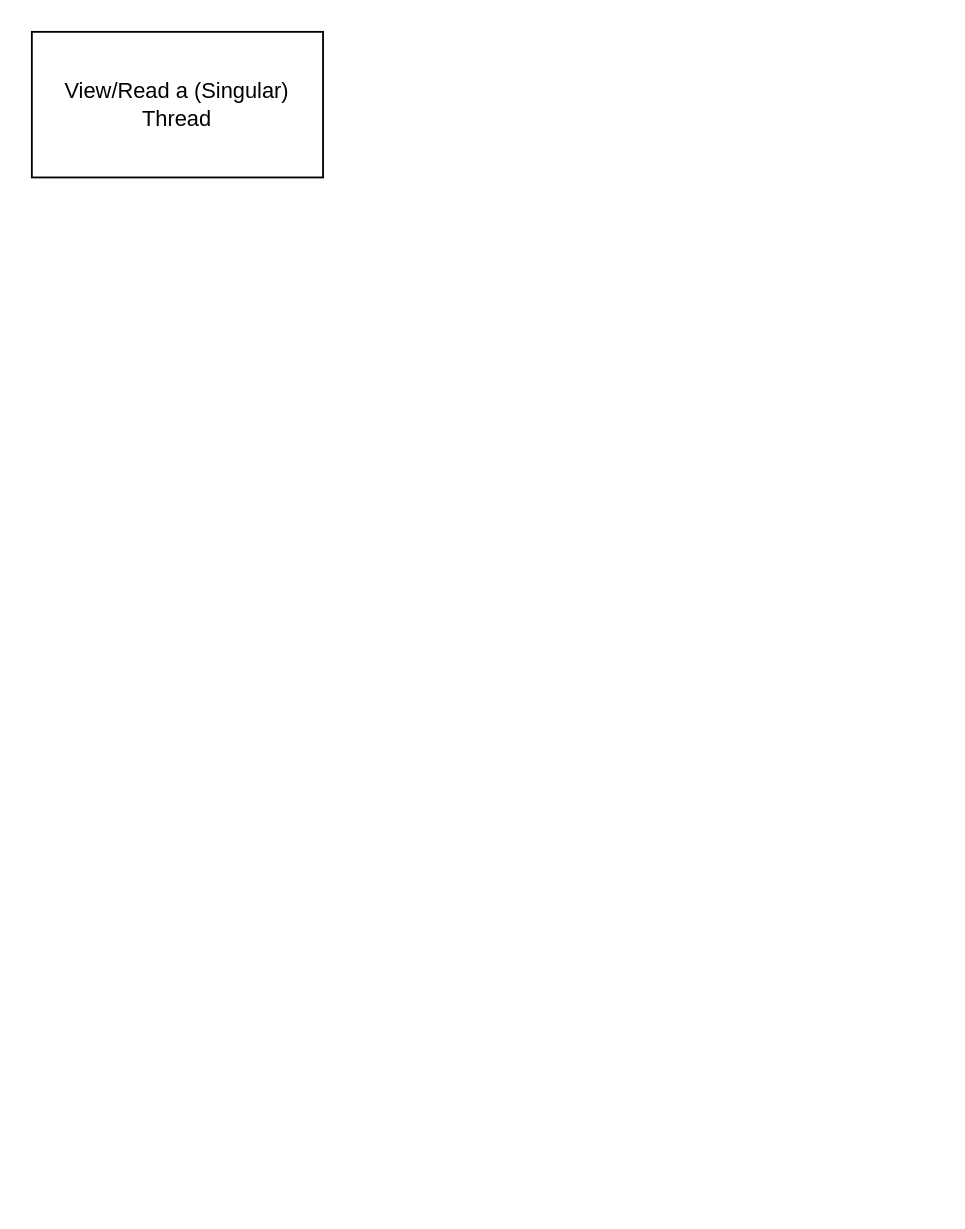
Before: page "ViewAThread" (10 of 14) of Chronicle_Initial_App_Wireframe_Designs.drawio in Vaibhav-G-Parmar/Chronicle-Your-Ultimate-Travel-Companion, a draw.io diagram. Source tidied: cells renumbered, new cells numbered last; positions are measured from the earlier drawing's top-left corner, leaving out a move shared by most shapes. Both pictures are drawn from the tidied source at 182%, with x=0, y=0 at pixel (31, 31).
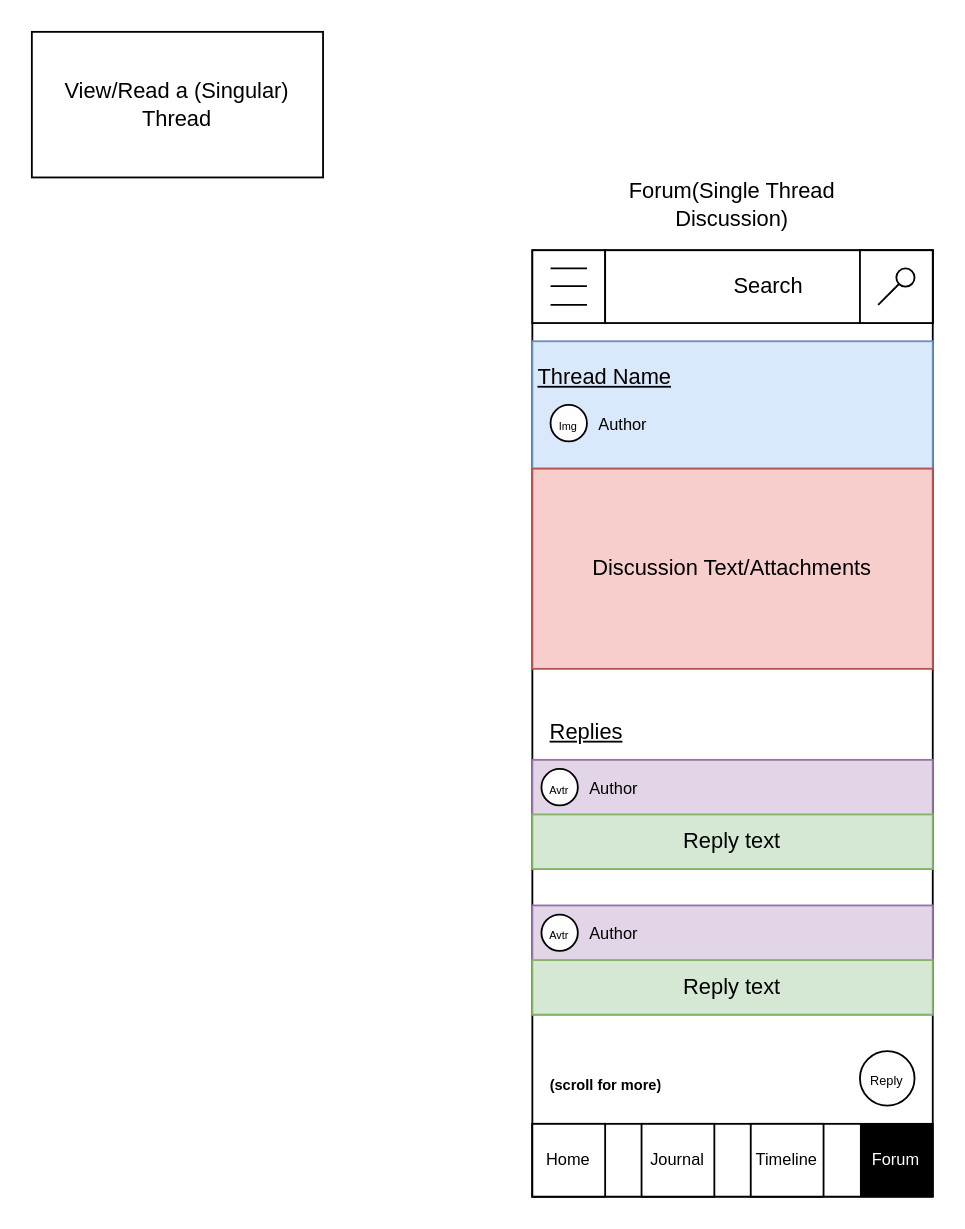
The same diagram, later.

What changed in the source:
```diff
@@
+    <mxCell id="3" style="endArrow=none;html=1;rounded=0;" parent="1" edge="1">
+      <mxGeometry relative="1" as="geometry">
+        <mxPoint x="475" y="160" as="sourcePoint" />
+        <mxPoint x="475" y="160" as="targetPoint" />
+      </mxGeometry>
+    </mxCell>
+    <mxCell id="4" style="rounded=0;whiteSpace=wrap;html=1;" parent="1" vertex="1">
+      <mxGeometry x="275" y="120" width="220" height="520" as="geometry" />
+    </mxCell>
+    <mxCell id="5" style="rounded=0;whiteSpace=wrap;html=1;" parent="1" vertex="1">
+      <mxGeometry x="275" y="600" width="220" height="40" as="geometry" />
+    </mxCell>
+    <mxCell id="6" value="Forum" style="rounded=0;whiteSpace=wrap;html=1;fontSize=9;fontColor=#FFFFFF;strokeColor=none;fillColor=#000000;" parent="1" vertex="1">
+      <mxGeometry x="455" y="600" width="40" height="40" as="geometry" />
+    </mxCell>
+    <mxCell id="7" value="Timeline" style="rounded=0;whiteSpace=wrap;html=1;fontSize=9;" parent="1" vertex="1">
+      <mxGeometry x="395" y="600" width="40" height="40" as="geometry" />
+    </mxCell>
+    <mxCell id="8" value="Journal" style="rounded=0;whiteSpace=wrap;html=1;fontSize=9;" parent="1" vertex="1">
+      <mxGeometry x="335" y="600" width="40" height="40" as="geometry" />
+    </mxCell>
+    <mxCell id="9" value="Home" style="rounded=0;whiteSpace=wrap;html=1;fontSize=9;" parent="1" vertex="1">
+      <mxGeometry x="275" y="600" width="40" height="40" as="geometry" />
+    </mxCell>
+    <mxCell id="10" style="rounded=0;whiteSpace=wrap;html=1;fontSize=9;" parent="1" vertex="1">
+      <mxGeometry x="275" y="120" width="40" height="40" as="geometry" />
+    </mxCell>
+    <mxCell id="11" style="endArrow=none;html=1;rounded=0;" parent="1" edge="1">
+      <mxGeometry relative="1" as="geometry">
+        <mxPoint x="285" y="150" as="sourcePoint" />
+        <mxPoint x="305" y="150" as="targetPoint" />
+      </mxGeometry>
+    </mxCell>
+    <mxCell id="12" style="endArrow=none;html=1;rounded=0;" parent="1" edge="1">
+      <mxGeometry relative="1" as="geometry">
+        <mxPoint x="285" y="139.7" as="sourcePoint" />
+        <mxPoint x="305" y="139.7" as="targetPoint" />
+      </mxGeometry>
+    </mxCell>
+    <mxCell id="13" style="endArrow=none;html=1;rounded=0;" parent="1" edge="1">
+      <mxGeometry relative="1" as="geometry">
+        <mxPoint x="285" y="130" as="sourcePoint" />
+        <mxPoint x="305" y="130" as="targetPoint" />
+      </mxGeometry>
+    </mxCell>
+    <mxCell id="14" value="Search" style="rounded=0;whiteSpace=wrap;html=1;" parent="1" vertex="1">
+      <mxGeometry x="315" y="120" width="180" height="40" as="geometry" />
+    </mxCell>
+    <mxCell id="15" style="whiteSpace=wrap;html=1;" parent="1" vertex="1">
+      <mxGeometry x="455" y="120" width="40" height="40" as="geometry" />
+    </mxCell>
+    <mxCell id="16" style="endArrow=none;html=1;rounded=0;entryX=0;entryY=1;entryDx=0;entryDy=0;" parent="1" edge="1" target="17">
+      <mxGeometry relative="1" as="geometry">
+        <mxPoint x="465" y="150" as="sourcePoint" />
+      </mxGeometry>
+    </mxCell>
+    <mxCell id="17" style="ellipse;whiteSpace=wrap;html=1;" parent="1" vertex="1">
+      <mxGeometry x="475" y="130" width="10" height="10" as="geometry" />
+    </mxCell>
+    <mxCell id="18" value="Forum(Single Thread Discussion)" style="text;html=1;strokeColor=none;fillColor=none;align=center;verticalAlign=middle;whiteSpace=wrap;rounded=0;" parent="1" vertex="1">
+      <mxGeometry x="305" y="80" width="160" height="30" as="geometry" />
+    </mxCell>
+    <mxCell id="19" style="rounded=0;whiteSpace=wrap;html=1;fillColor=#dae8fc;strokeColor=#6c8ebf;" parent="1" vertex="1">
+      <mxGeometry x="275" y="170" width="220" height="70" as="geometry" />
+    </mxCell>
+    <mxCell id="20" value="Thread Name" style="text;html=1;strokeColor=none;fillColor=none;align=center;verticalAlign=middle;whiteSpace=wrap;rounded=0;fontStyle=4;" parent="1" vertex="1">
+      <mxGeometry x="265" y="175" width="100" height="30" as="geometry" />
+    </mxCell>
+    <mxCell id="21" value="&lt;font style=&quot;font-size: 9px;&quot;&gt;Author&lt;/font&gt;" style="text;html=1;strokeColor=none;fillColor=none;align=center;verticalAlign=middle;whiteSpace=wrap;rounded=0;" parent="1" vertex="1">
+      <mxGeometry x="295" y="200" width="60" height="30" as="geometry" />
+    </mxCell>
+    <mxCell id="22" value="Discussion Text/Attachments" style="rounded=0;whiteSpace=wrap;html=1;fillColor=#f8cecc;strokeColor=#b85450;" parent="1" vertex="1">
+      <mxGeometry x="275" y="240" width="220" height="110" as="geometry" />
+    </mxCell>
+    <mxCell id="23" value="&lt;font style=&quot;font-size: 6px;&quot;&gt;Img&lt;/font&gt;" style="ellipse;whiteSpace=wrap;html=1;" parent="1" vertex="1">
+      <mxGeometry x="285" y="205" width="20" height="20" as="geometry" />
+    </mxCell>
+    <mxCell id="24" style="rounded=0;whiteSpace=wrap;html=1;fillColor=#e1d5e7;strokeColor=#9673a6;" parent="1" vertex="1">
+      <mxGeometry x="275" y="400" width="220" height="60" as="geometry" />
+    </mxCell>
+    <mxCell id="25" value="Replies" style="text;html=1;strokeColor=none;fillColor=none;align=center;verticalAlign=middle;whiteSpace=wrap;rounded=0;fontStyle=4;" parent="1" vertex="1">
+      <mxGeometry x="275" y="370" width="60" height="30" as="geometry" />
+    </mxCell>
+    <mxCell id="26" value="&lt;font style=&quot;font-size: 9px;&quot;&gt;Author&lt;/font&gt;" style="text;html=1;strokeColor=none;fillColor=none;align=center;verticalAlign=middle;whiteSpace=wrap;rounded=0;" parent="1" vertex="1">
+      <mxGeometry x="290" y="400" width="60" height="30" as="geometry" />
+    </mxCell>
+    <mxCell id="27" value="&lt;font style=&quot;font-size: 6px;&quot;&gt;Avtr&lt;/font&gt;" style="ellipse;whiteSpace=wrap;html=1;" parent="1" vertex="1">
+      <mxGeometry x="280" y="405" width="20" height="20" as="geometry" />
+    </mxCell>
+    <mxCell id="28" value="Reply text" style="rounded=0;whiteSpace=wrap;html=1;fillColor=#d5e8d4;strokeColor=#82b366;" parent="1" vertex="1">
+      <mxGeometry x="275" y="430" width="220" height="30" as="geometry" />
+    </mxCell>
+    <mxCell id="29" style="rounded=0;whiteSpace=wrap;html=1;fillColor=#e1d5e7;strokeColor=#9673a6;" parent="1" vertex="1">
+      <mxGeometry x="275" y="480" width="220" height="60" as="geometry" />
+    </mxCell>
+    <mxCell id="30" value="&lt;font style=&quot;font-size: 9px;&quot;&gt;Author&lt;/font&gt;" style="text;html=1;strokeColor=none;fillColor=none;align=center;verticalAlign=middle;whiteSpace=wrap;rounded=0;" parent="1" vertex="1">
+      <mxGeometry x="290" y="480" width="60" height="30" as="geometry" />
+    </mxCell>
+    <mxCell id="31" value="&lt;font style=&quot;font-size: 6px;&quot;&gt;Avtr&lt;/font&gt;" style="ellipse;whiteSpace=wrap;html=1;" parent="1" vertex="1">
+      <mxGeometry x="280" y="485" width="20" height="20" as="geometry" />
+    </mxCell>
+    <mxCell id="32" value="Reply text" style="rounded=0;whiteSpace=wrap;html=1;fillColor=#d5e8d4;strokeColor=#82b366;" parent="1" vertex="1">
+      <mxGeometry x="275" y="510" width="220" height="30" as="geometry" />
+    </mxCell>
+    <mxCell id="33" value="&lt;font style=&quot;font-size: 7px;&quot;&gt;Reply&lt;/font&gt;" style="ellipse;whiteSpace=wrap;html=1;" parent="1" vertex="1">
+      <mxGeometry x="455" y="560" width="30" height="30" as="geometry" />
+    </mxCell>
+    <mxCell id="34" value="&lt;h1 style=&quot;font-size: 8px;&quot;&gt;(scroll for more)&lt;/h1&gt;" style="text;html=1;strokeColor=none;fillColor=none;spacing=5;spacingTop=0;whiteSpace=wrap;overflow=hidden;rounded=0;fontSize=8;" parent="1" vertex="1">
+      <mxGeometry x="280" y="560" width="70" height="30" as="geometry" />
+    </mxCell>
```
